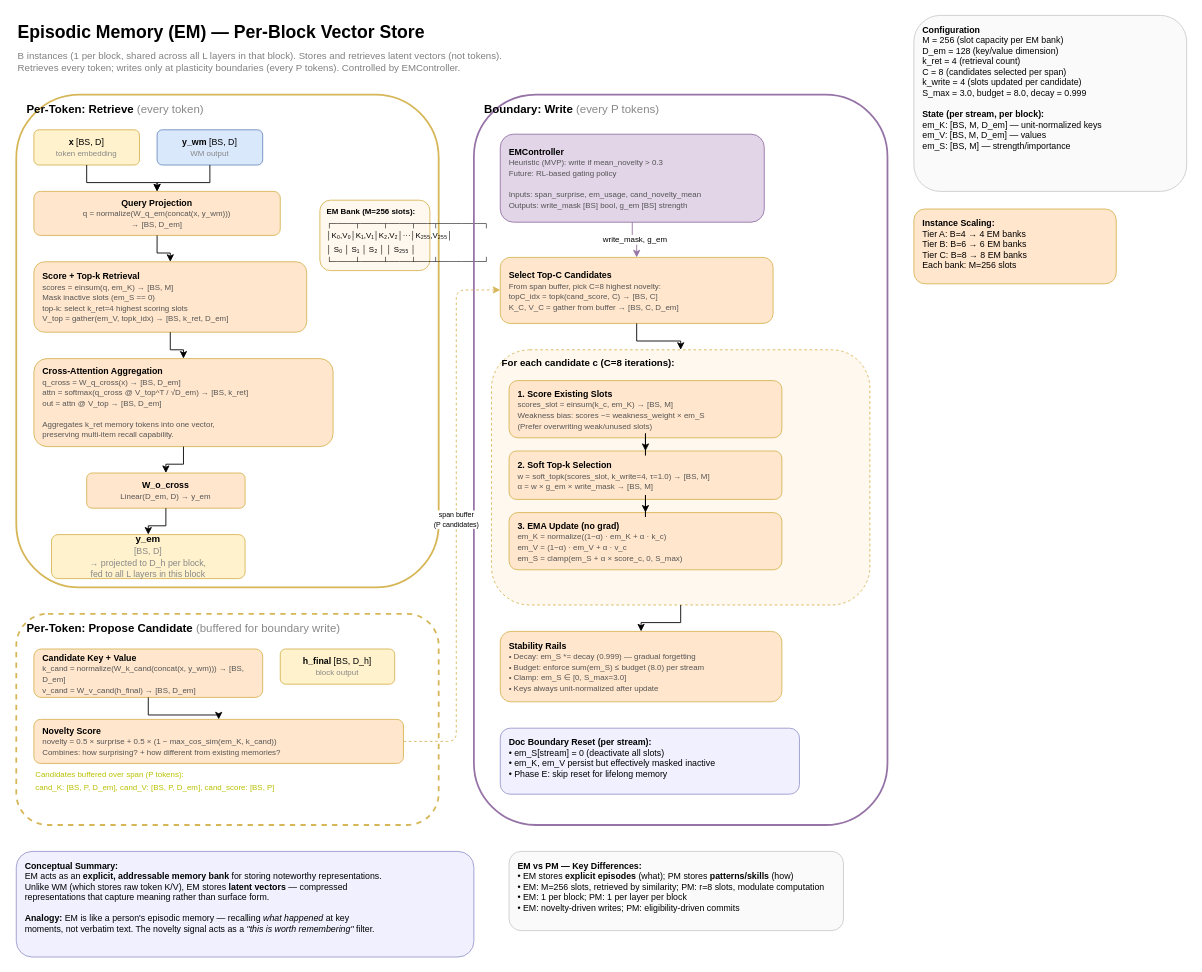
alxdofficial/neuromorphic keeps this draw.io diagram as docs/diagrams/episodic_memory.drawio. Above is the earlier version. Source tidied: cells renumbered, new cells numbered last; positions are measured from the earlier drawing's top-left corner, leaving out a move shared by most shapes. Both pictures are drawn from the tidied source at 88%, with x=0, y=0 at pixel (16, 15).
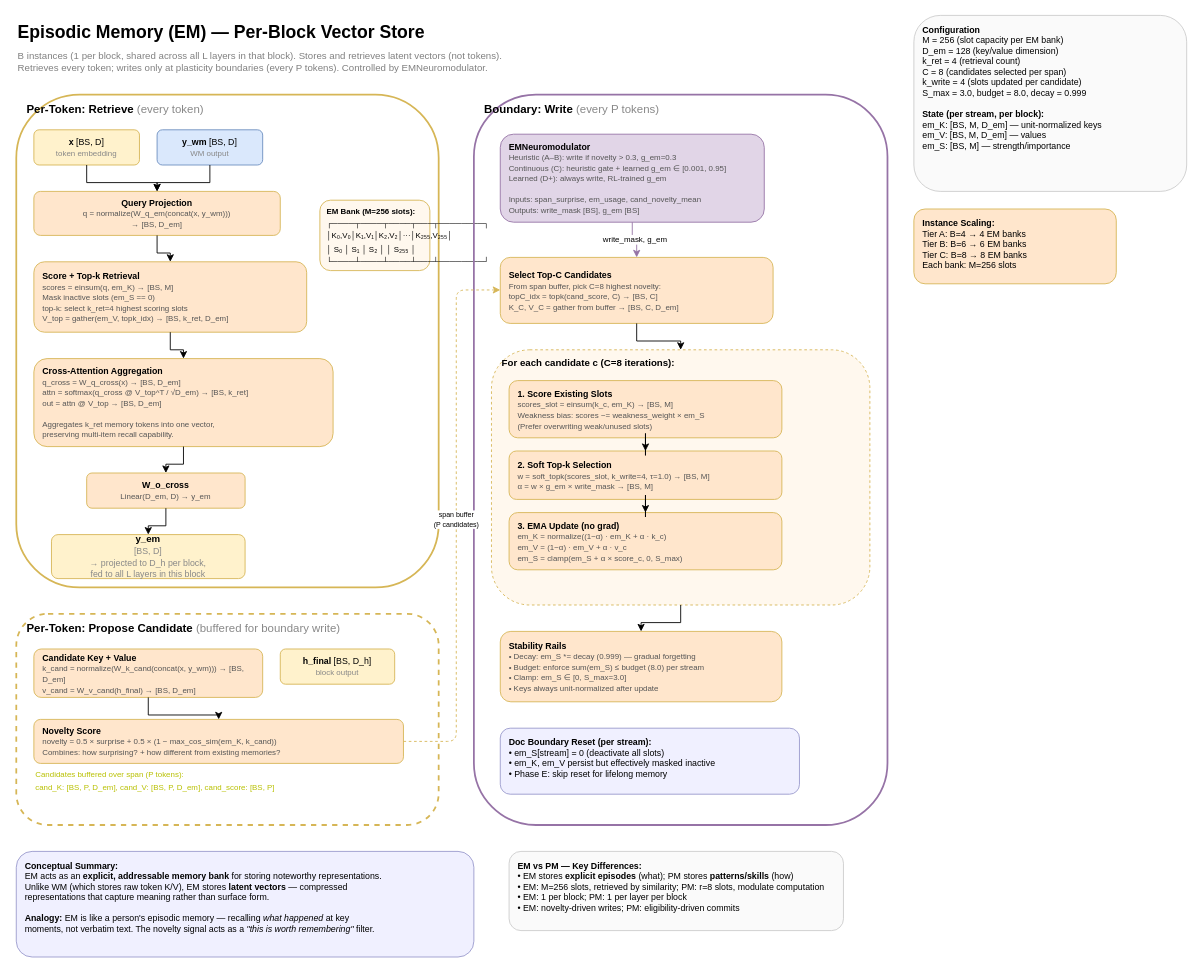
The same page after the edit.

Change to the diagram source:
```diff
@@
-    <mxCell id="3" value="&lt;font color=&quot;#808080&quot; style=&quot;font-size: 11px;&quot;&gt;B instances (1 per block, shared across all L layers in that block). Stores and retrieves latent vectors (not tokens).&lt;br&gt;Retrieves every token; writes only at plasticity boundaries (every P tokens). Controlled by EMController.&lt;/font&gt;" style="text;html=1;align=left;verticalAlign=top;strokeColor=none;fillColor=none;" parent="1" vertex="1">
+    <mxCell id="3" value="&lt;font color=&quot;#808080&quot; style=&quot;font-size: 11px;&quot;&gt;B instances (1 per block, shared across all L layers in that block). Stores and retrieves latent vectors (not tokens).&lt;br&gt;Retrieves every token; writes only at plasticity boundaries (every P tokens). Controlled by EMNeuromodulator.&lt;/font&gt;" style="text;html=1;align=left;verticalAlign=top;strokeColor=none;fillColor=none;" parent="1" vertex="1">
       <mxGeometry y="32" width="720" height="35" as="geometry" />
     </mxCell>
@@
-    <mxCell id="31" value="&lt;b&gt;EMController&lt;/b&gt;&lt;br&gt;&lt;font style=&quot;font-size: 9px;&quot; color=&quot;#555&quot;&gt;Heuristic (MVP): write if mean_novelty &gt; 0.3&lt;br&gt;Future: RL-based gating policy&lt;br&gt;&lt;br&gt;Inputs: span_surprise, em_usage, cand_novelty_mean&lt;br&gt;Outputs: write_mask [BS] bool, g_em [BS] strength&lt;/font&gt;" style="rounded=1;whiteSpace=wrap;html=1;fillColor=#e1d5e7;strokeColor=#9673a6;fontSize=10;align=left;spacingLeft=8;" parent="1" vertex="1">
+    <mxCell id="31" value="&lt;b&gt;EMNeuromodulator&lt;/b&gt;&lt;br&gt;&lt;font style=&quot;font-size: 9px;&quot; color=&quot;#555&quot;&gt;Heuristic (A–B): write if novelty &gt; 0.3, g_em=0.3&lt;br&gt;Continuous (C): heuristic gate + learned g_em ∈ [0.001, 0.95]&lt;br&gt;Learned (D+): always write, RL-trained g_em&lt;br&gt;&lt;br&gt;Inputs: span_surprise, em_usage, cand_novelty_mean&lt;br&gt;Outputs: write_mask [BS], g_em [BS]&lt;/font&gt;" style="rounded=1;whiteSpace=wrap;html=1;fillColor=#e1d5e7;strokeColor=#9673a6;fontSize=10;align=left;spacingLeft=8;" parent="1" vertex="1">
       <mxGeometry x="550" y="135" width="300" height="100" as="geometry" />
     </mxCell>
```
